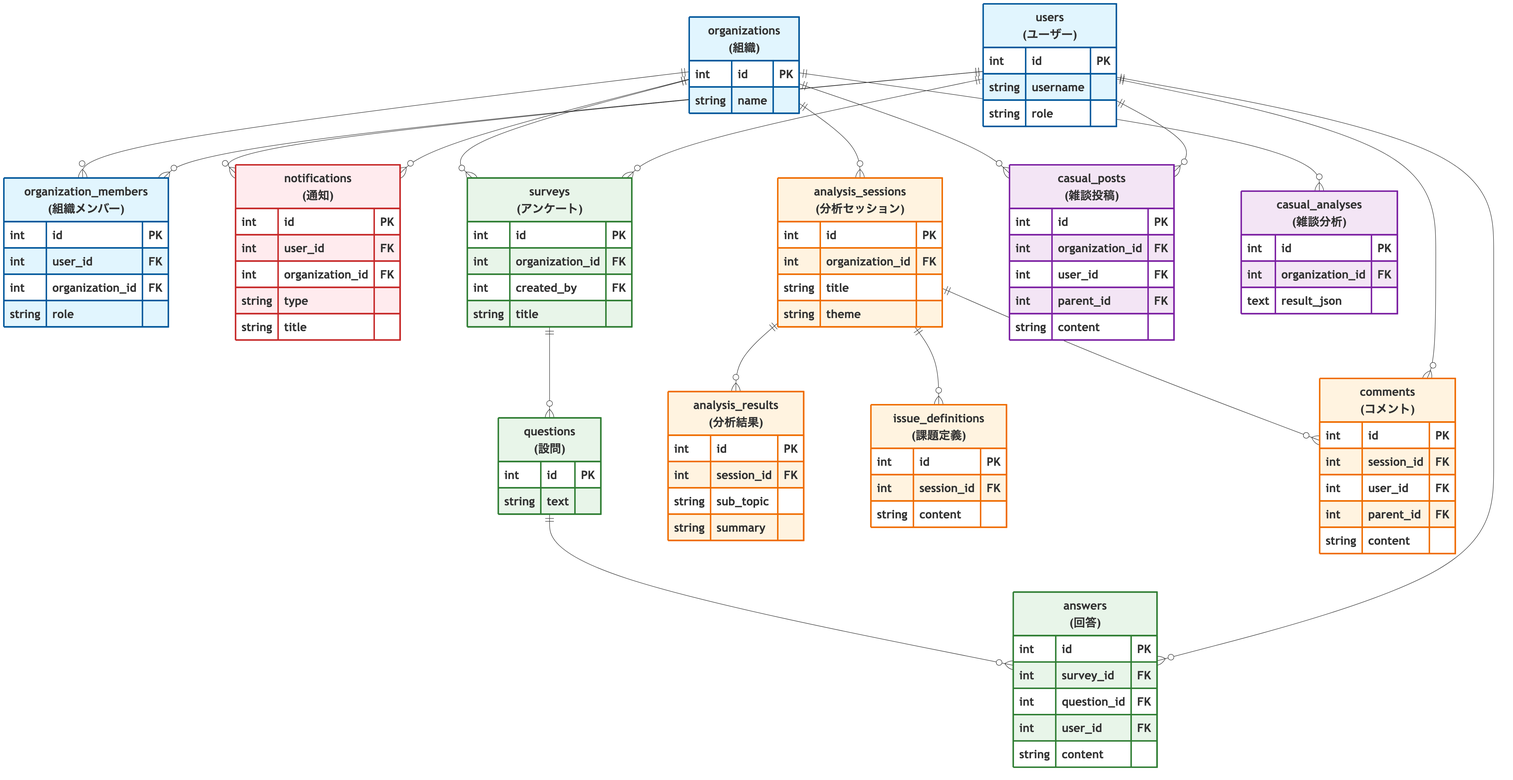
This is images/er_diagram.png from hkdrb/small-voice-project, a Mermaid export, as it was before one commit. Its source is kept beside it as images/er_diagram.mmd.
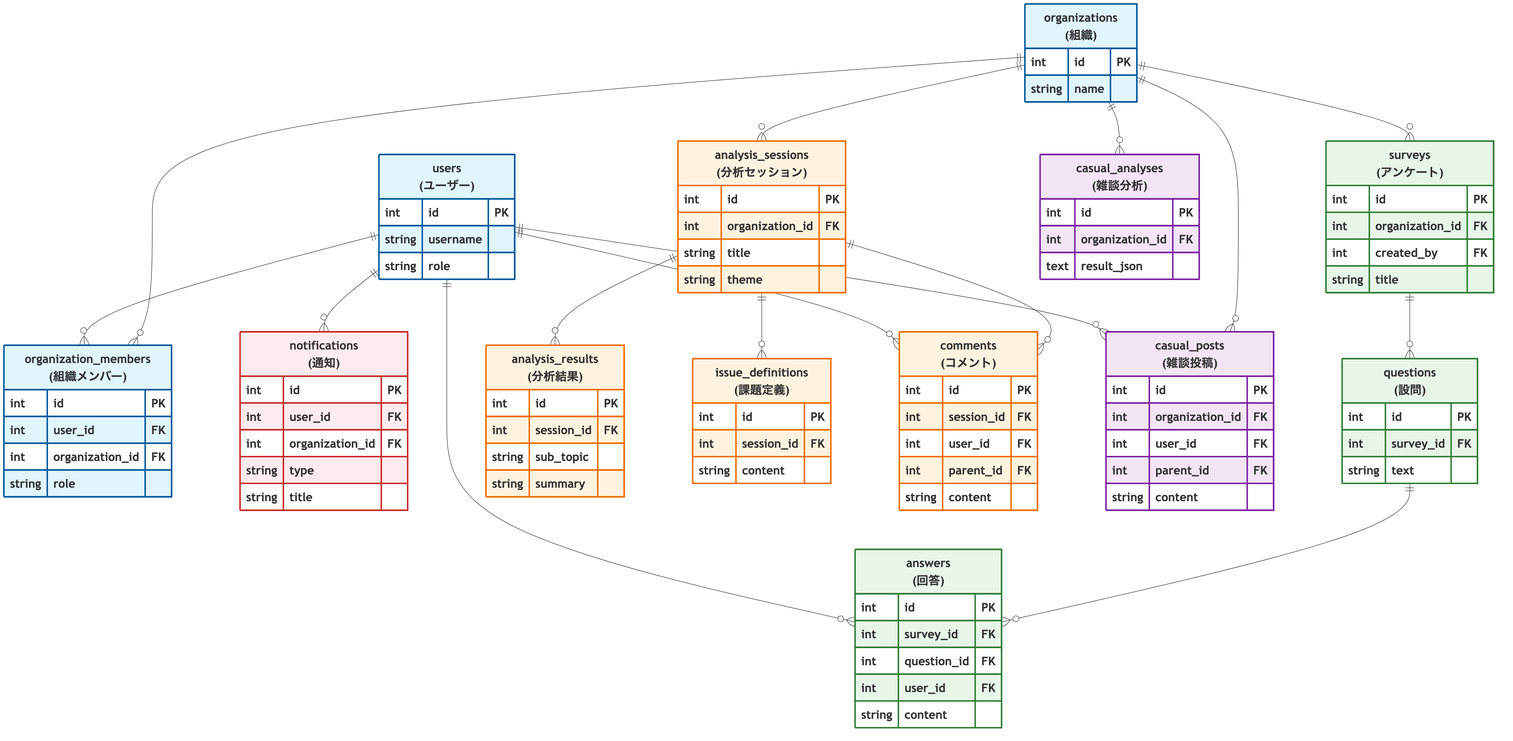
Above is the later version.

Commit message:
docs: finalize ER diagram with faithful DB schema and clean layout

What changed in the source:
```diff
@@ -36,7 +36,6 @@
         string title
     }
     users ||--o{ notifications : ""
-    organizations ||--o{ notifications : ""
 
     class notifications notif
 
@@ -49,6 +48,7 @@
     }
     questions["<center><b>questions</b><br><b>(設問)</b></center>"] {
         int id PK
+        int survey_id FK
         string text
     }
     answers["<center><b>answers</b><br><b>(回答)</b></center>"] {
@@ -60,7 +60,6 @@
     }
 
     organizations ||--o{ surveys : ""
-    users ||--o{ surveys : ""
     surveys ||--o{ questions : ""
     questions ||--o{ answers : ""
     users ||--o{ answers : ""
```
